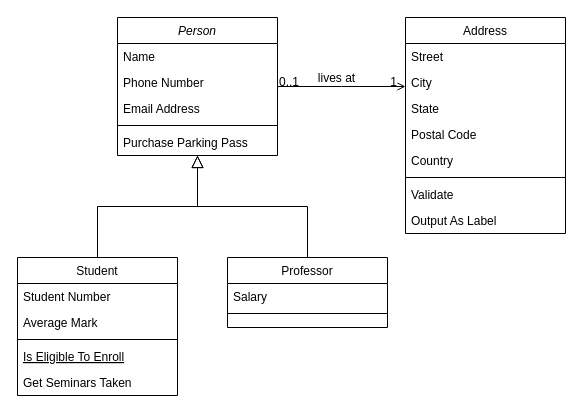
This is Diagramme sans nom.drawio from Arkpsss/CPP_TP2, a draw.io file, before an edit. Source tidied: cells renumbered, new cells numbered last; positions are measured from the earlier drawing's top-left corner, leaving out a move shared by most shapes. Both pictures are drawn from the tidied source at 100%, with x=0, y=0 at pixel (17, 17).
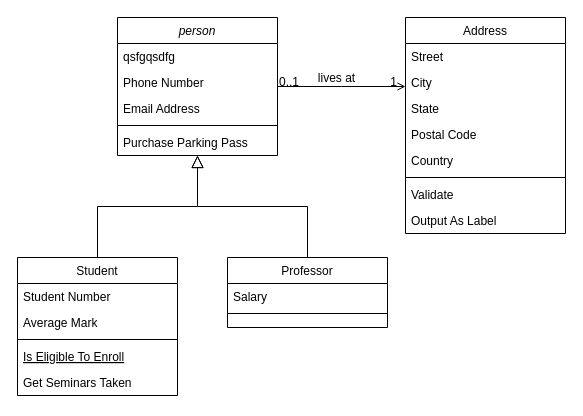
Above is the later version.

Commit message:
Mettre à jour Diagramme sans nom.drawio

Change to the diagram source:
```diff
@@
-    <mxCell id="2" value="Person" style="swimlane;fontStyle=2;align=center;verticalAlign=top;horizontal=1;startSize=26;rounded=0;shadow=0;strokeWidth=1;" parent="1" vertex="1">
+    <mxCell id="2" value="person&#10;" style="swimlane;fontStyle=2;align=center;verticalAlign=top;horizontal=1;startSize=26;rounded=0;shadow=0;strokeWidth=1;" parent="1" vertex="1">
       <mxGeometry x="100" width="160" height="138" as="geometry" />
     </mxCell>
-    <mxCell id="3" value="Name" style="text;align=left;verticalAlign=top;spacingLeft=4;spacingRight=4;overflow=hidden;" parent="2" vertex="1">
+    <mxCell id="3" value="qsfgqsdfg&#10;" style="text;align=left;verticalAlign=top;spacingLeft=4;spacingRight=4;overflow=hidden;" parent="2" vertex="1">
       <mxGeometry y="26" width="160" height="26" as="geometry" />
     </mxCell>
```
